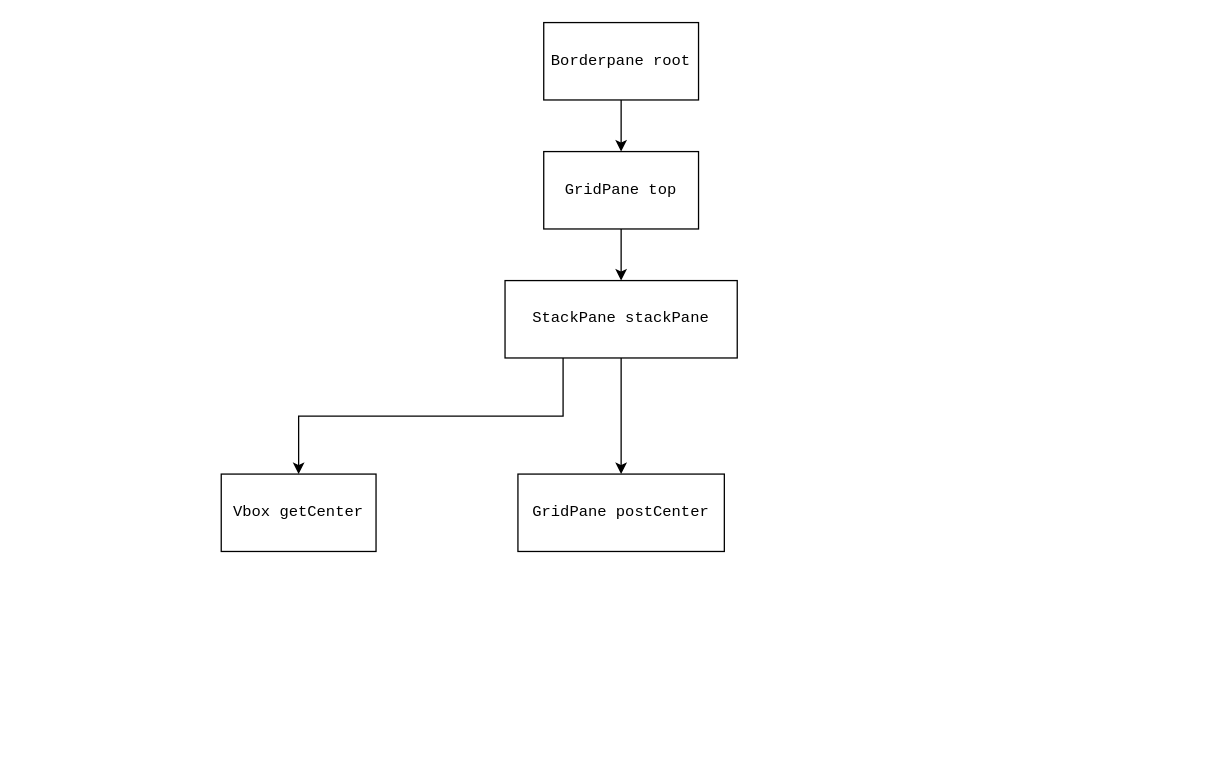
Before: client_gui_hierarchie.drawio in kelvin-homann/rest-client, a draw.io diagram. Source tidied: cells renumbered, new cells numbered last; positions are measured from the earlier drawing's top-left corner, leaving out a move shared by most shapes. Both pictures are drawn from the tidied source at 129%, with x=0, y=0 at pixel (221, 22).
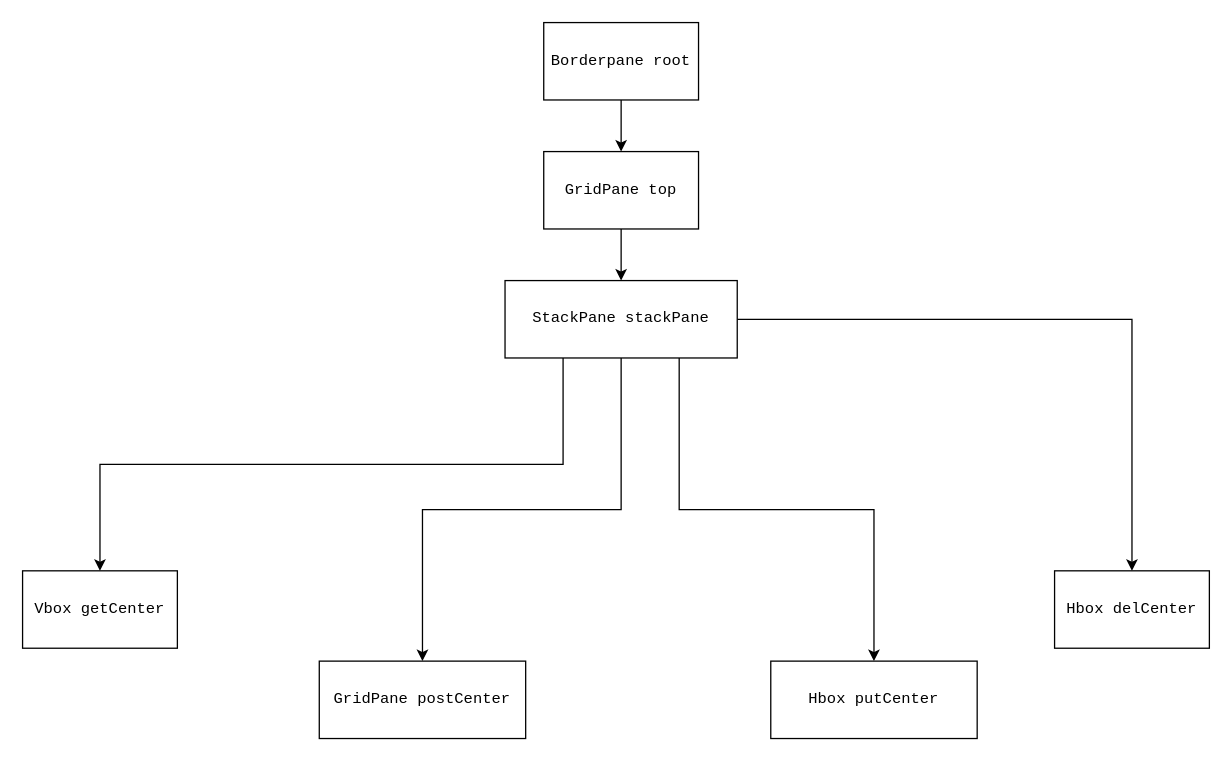
The same page after the edit.

The edit, as a diff of the source:
```diff
@@
 <mxGraphModel>
   <root>
     <mxCell id="0" />
     <mxCell id="1" parent="0" />
     <mxCell id="2" style="edgeStyle=orthogonalEdgeStyle;rounded=0;jettySize=auto;html=1;entryX=0.5;entryY=0;entryDx=0;entryDy=0;" parent="1" edge="1" source="3" target="5">
       <mxGeometry relative="1" as="geometry" />
     </mxCell>
     <mxCell id="3" value="&lt;pre&gt;Borderpane root&lt;/pre&gt;" style="rounded=0;whiteSpace=wrap;html=1;" parent="1" vertex="1">
       <mxGeometry x="250" width="120" height="60" as="geometry" />
     </mxCell>
     <mxCell id="4" style="edgeStyle=orthogonalEdgeStyle;rounded=0;jettySize=auto;html=1;entryX=0.5;entryY=0;entryDx=0;entryDy=0;" parent="1" edge="1" source="5" target="10">
       <mxGeometry relative="1" as="geometry" />
     </mxCell>
     <mxCell id="5" value="&lt;pre&gt;GridPane top&lt;/pre&gt;" style="rounded=0;whiteSpace=wrap;html=1;" parent="1" vertex="1">
       <mxGeometry x="250" y="100" width="120" height="60" as="geometry" />
     </mxCell>
     <mxCell id="6" value="&lt;pre&gt;Vbox getCenter&lt;/pre&gt;" style="rounded=0;whiteSpace=wrap;html=1;" parent="1" vertex="1">
-      <mxGeometry y="350" width="120" height="60" as="geometry" />
+      <mxGeometry x="-154" y="425" width="120" height="60" as="geometry" />
     </mxCell>
     <mxCell id="7" value="&lt;pre&gt;GridPane postCenter&lt;/pre&gt;" style="rounded=0;whiteSpace=wrap;html=1;" parent="1" vertex="1">
-      <mxGeometry x="230" y="350" width="160" height="60" as="geometry" />
+      <mxGeometry x="76" y="495" width="160" height="60" as="geometry" />
     </mxCell>
     <mxCell id="8" style="edgeStyle=orthogonalEdgeStyle;rounded=0;jettySize=auto;html=1;entryX=0.5;entryY=0;entryDx=0;entryDy=0;" parent="1" edge="1" source="10" target="7">
       <mxGeometry relative="1" as="geometry" />
     </mxCell>
     <mxCell id="9" style="edgeStyle=orthogonalEdgeStyle;rounded=0;jettySize=auto;html=1;exitX=0.25;exitY=1;exitDx=0;exitDy=0;entryX=0.5;entryY=0;entryDx=0;entryDy=0;" parent="1" edge="1" source="10" target="6">
       <mxGeometry relative="1" as="geometry" />
     </mxCell>
+    <mxCell id="11" style="edgeStyle=orthogonalEdgeStyle;rounded=0;jettySize=auto;html=1;exitX=0.75;exitY=1;exitDx=0;exitDy=0;" parent="1" edge="1" source="10" target="14">
+      <mxGeometry relative="1" as="geometry" />
+    </mxCell>
+    <mxCell id="12" style="edgeStyle=orthogonalEdgeStyle;rounded=0;jettySize=auto;html=1;entryX=0.5;entryY=0;entryDx=0;entryDy=0;" parent="1" edge="1" source="10" target="13">
+      <mxGeometry relative="1" as="geometry" />
+    </mxCell>
     <mxCell id="10" value="&lt;pre&gt;StackPane stackPane&lt;/pre&gt;" style="rounded=0;whiteSpace=wrap;html=1;" parent="1" vertex="1">
       <mxGeometry x="220" y="200" width="180" height="60" as="geometry" />
     </mxCell>
+    <mxCell id="13" value="&lt;pre&gt;Hbox delCenter&lt;/pre&gt;" style="rounded=0;whiteSpace=wrap;html=1;" parent="1" vertex="1">
+      <mxGeometry x="646" y="425" width="120" height="60" as="geometry" />
+    </mxCell>
+    <mxCell id="14" value="&lt;pre&gt;Hbox putCenter&lt;/pre&gt;" style="rounded=0;whiteSpace=wrap;html=1;" parent="1" vertex="1">
+      <mxGeometry x="426" y="495" width="160" height="60" as="geometry" />
+    </mxCell>
   </root>
 </mxGraphModel>
```
